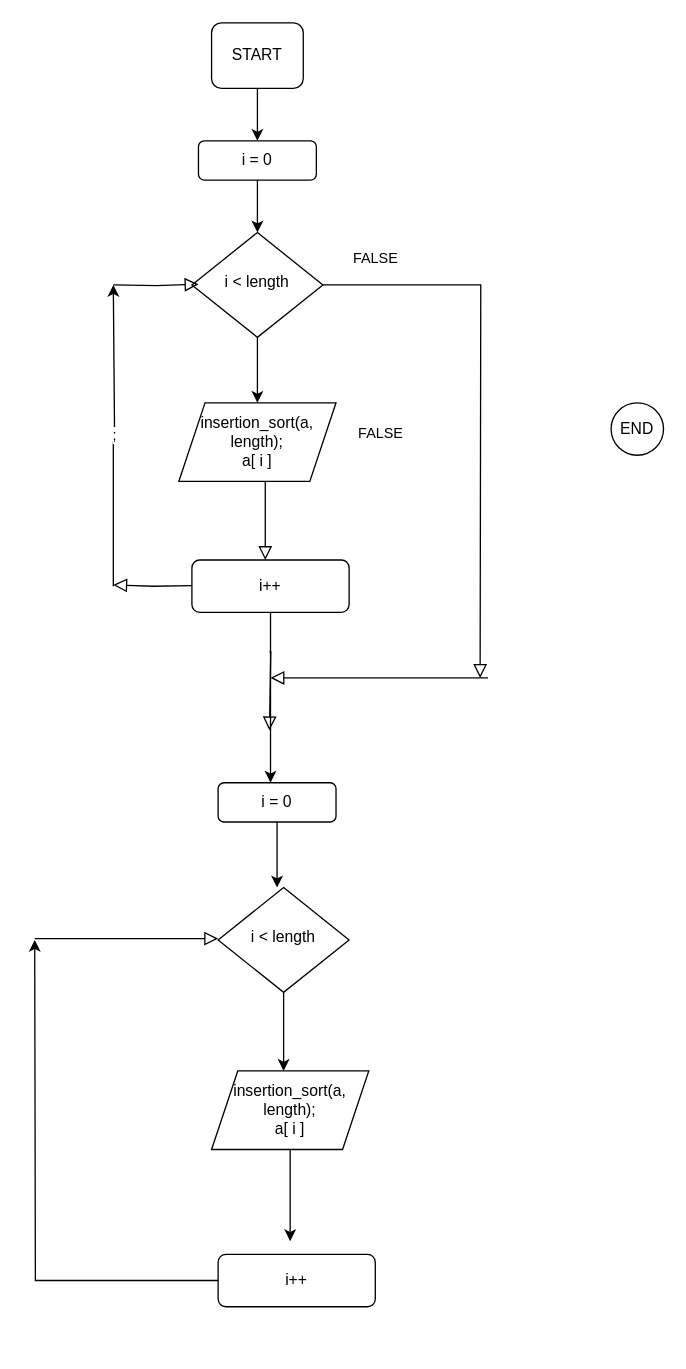
Above: Untitled Diagram- sort-binary-search.drawio in MaxGitHub0515/College-labs (draw.io), before the change. Source tidied: cells renumbered, new cells numbered last; positions are measured from the earlier drawing's top-left corner, leaving out a move shared by most shapes. Both pictures are drawn from the tidied source at 131%, with x=0, y=0 at pixel (34, 22).
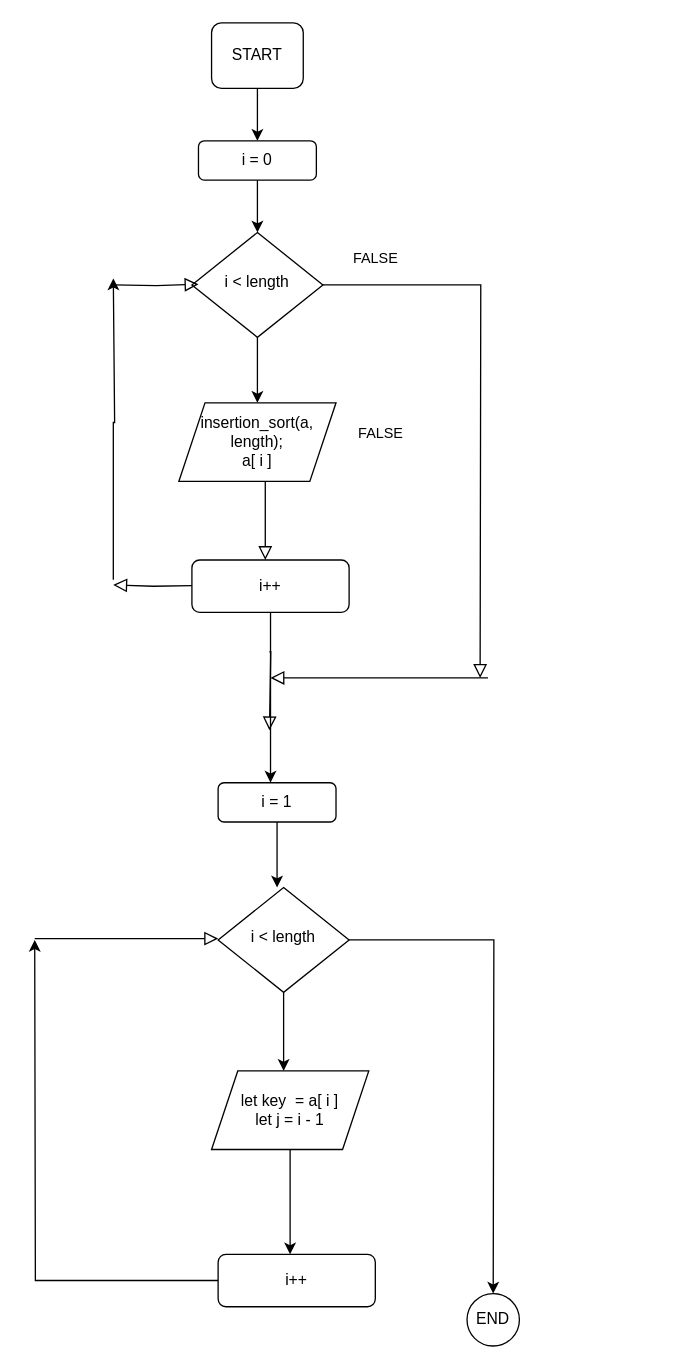
Above is the later version.

The change refers to these unchanged cells:
```xml
<mxCell id="21" value="i &amp;lt; length" style="rhombus;whiteSpace=wrap;html=1;shadow=0;fontFamily=Helvetica;fontSize=12;align=center;strokeWidth=1;spacing=6;spacingTop=-4;" parent="1" vertex="1">
  <mxGeometry x="140" y="660" width="100" height="80" as="geometry" />
</mxCell>
<mxCell id="26" value="i++" style="rounded=1;whiteSpace=wrap;html=1;fontSize=12;glass=0;strokeWidth=1;shadow=0;" parent="1" vertex="1">
  <mxGeometry x="140" y="940" width="120" height="40" as="geometry" />
</mxCell>
```

The edit, as a diff of the source:
```diff
@@
-    <mxCell id="12" value=";" style="edgeStyle=orthogonalEdgeStyle;rounded=0;orthogonalLoop=1;jettySize=auto;html=1;" parent="1" edge="1">
+    <mxCell id="12" style="edgeStyle=orthogonalEdgeStyle;rounded=0;orthogonalLoop=1;jettySize=auto;html=1;" parent="1" edge="1">
       <mxGeometry relative="1" as="geometry">
-        <mxPoint x="60" y="430" as="sourcePoint" />
-        <mxPoint x="60" y="200" as="targetPoint" />
+        <mxPoint x="60" y="425" as="sourcePoint" />
+        <mxPoint x="60" y="195" as="targetPoint" />
         <Array as="points">
-          <mxPoint x="61" y="320" />
+          <mxPoint x="60" y="305" />
+          <mxPoint x="61" y="305" />
+          <mxPoint x="61" y="195" />
         </Array>
       </mxGeometry>
     </mxCell>
@@
     <mxCell id="15" value="END" style="ellipse;whiteSpace=wrap;html=1;" parent="1" vertex="1">
-      <mxGeometry x="440" y="290" width="40" height="40" as="geometry" />
+      <mxGeometry x="330" y="970" width="40" height="40" as="geometry" />
     </mxCell>
@@
-    <mxCell id="19" value="i = 0" style="rounded=1;whiteSpace=wrap;html=1;fontSize=12;glass=0;strokeWidth=1;shadow=0;" parent="1" vertex="1">
+    <mxCell id="19" value="i = 1" style="rounded=1;whiteSpace=wrap;html=1;fontSize=12;glass=0;strokeWidth=1;shadow=0;" parent="1" vertex="1">
       <mxGeometry x="140" y="580" width="90" height="30" as="geometry" />
     </mxCell>
@@
+    <mxCell id="29" style="edgeStyle=orthogonalEdgeStyle;rounded=0;jettySize=auto;html=1;" parent="1" edge="1" source="21">
+      <mxGeometry relative="1" as="geometry">
+        <mxPoint x="350" y="970" as="targetPoint" />
+      </mxGeometry>
+    </mxCell>
@@
-    <mxCell id="22" style="edgeStyle=orthogonalEdgeStyle;rounded=0;jettySize=auto;html=1;" parent="1" edge="1" source="23">
-      <mxGeometry relative="1" as="geometry">
-        <mxPoint x="195" y="930" as="targetPoint" />
-      </mxGeometry>
+    <mxCell id="22" style="edgeStyle=orthogonalEdgeStyle;rounded=0;jettySize=auto;html=1;entryX=0.458;entryY=0;entryDx=0;entryDy=0;entryPerimeter=0;" parent="1" edge="1" source="23" target="26">
+      <mxGeometry relative="1" as="geometry" />
     </mxCell>
-    <mxCell id="23" value="insertion_sort(a, length);&lt;br&gt;a[ i ]" style="shape=parallelogram;perimeter=parallelogramPerimeter;whiteSpace=wrap;html=1;fixedSize=1;" parent="1" vertex="1">
+    <mxCell id="23" value="let key&amp;nbsp; = a[ i ]&lt;div&gt;let j = i - 1&lt;/div&gt;" style="shape=parallelogram;perimeter=parallelogramPerimeter;whiteSpace=wrap;html=1;fixedSize=1;" parent="1" vertex="1">
       <mxGeometry x="135" y="800" width="120" height="60" as="geometry" />
     </mxCell>
```
